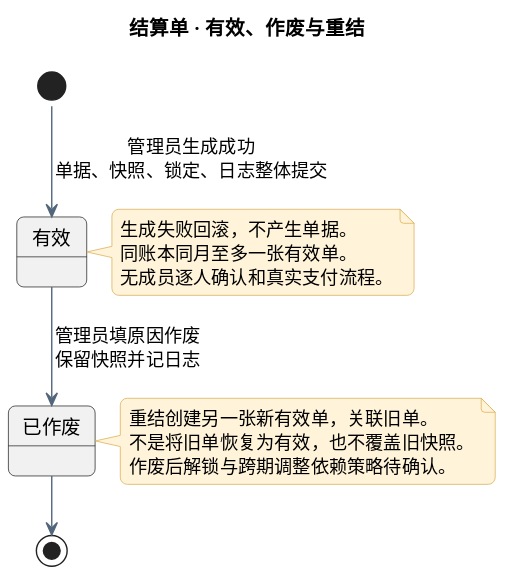
The PlantUML diagram 软件工程/实验2_251220152_魏楚航/UML/07_结算单状态图.svg in wuyi0928/MyCS_NJU, before a commit.
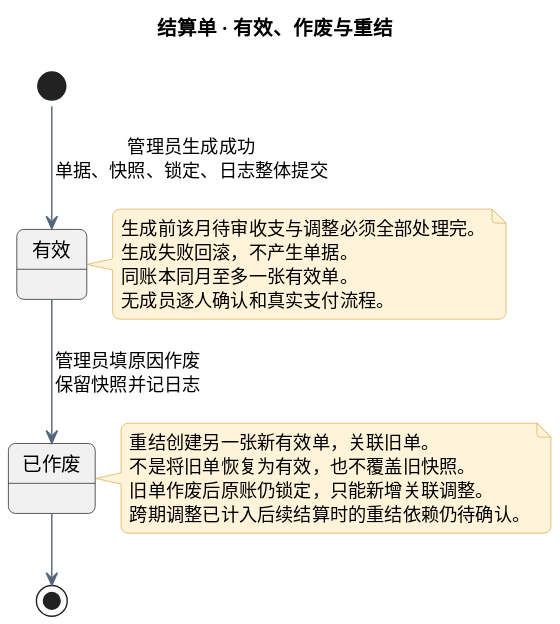
The same file after the commit.

Change to the diagram source:
```diff
@@ -19,6 +19,7 @@
 Active --> Void : 管理员填原因作废\n保留快照并记日志
 Void --> [*]
 note right of Active
+生成前该月待审收支与调整必须全部处理完。
 生成失败回滚，不产生单据。
 同账本同月至多一张有效单。
 无成员逐人确认和真实支付流程。
@@ -26,6 +27,7 @@
 note right of Void
 重结创建另一张新有效单，关联旧单。
 不是将旧单恢复为有效，也不覆盖旧快照。
-作废后解锁与跨期调整依赖策略待确认。
+旧单作废后原账仍锁定，只能新增关联调整。
+跨期调整已计入后续结算时的重结依赖仍待确认。
 end note
 @enduml
```
